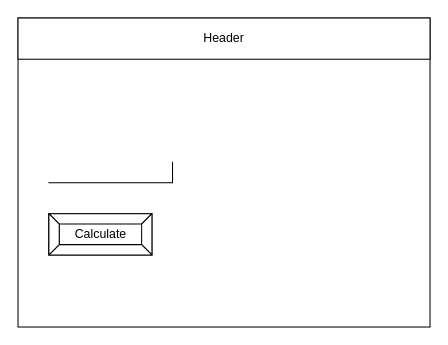
The draw.io diagram design/story-board.drawio in Chloe-Havel/ICS20-Unit-5-02, before the edit. Source tidied: cells renumbered, new cells numbered last; positions are measured from the earlier drawing's top-left corner, leaving out a move shared by most shapes. Both pictures are drawn from the tidied source at 103%, with x=0, y=0 at pixel (18, 18).
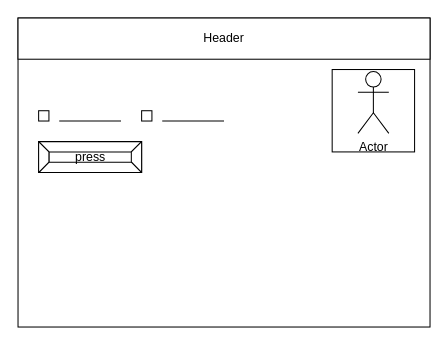
After the change.

What changed in the source:
```diff
@@
 <mxGraphModel>
   <root>
     <mxCell id="0" />
     <mxCell id="1" parent="0" />
     <mxCell id="2" style="rounded=0;whiteSpace=wrap;html=1;" parent="1" vertex="1">
       <mxGeometry width="400" height="300" as="geometry" />
     </mxCell>
     <mxCell id="3" value="Header" style="rounded=0;whiteSpace=wrap;html=1;" parent="1" vertex="1">
       <mxGeometry width="400" height="40" as="geometry" />
     </mxCell>
-    <mxCell id="4" style="shape=partialRectangle;whiteSpace=wrap;html=1;top=0;left=0;fillColor=none;" parent="1" vertex="1">
-      <mxGeometry x="30" y="140" width="120" height="20" as="geometry" />
-    </mxCell>
-    <mxCell id="5" value="Calculate" style="labelPosition=center;verticalLabelPosition=middle;align=center;html=1;shape=mxgraph.basic.button;dx=10;" parent="1" vertex="1">
-      <mxGeometry x="30" y="190" width="100" height="40" as="geometry" />
+    <mxCell id="5" value="press" style="labelPosition=center;verticalLabelPosition=middle;align=center;html=1;shape=mxgraph.basic.button;dx=10;" parent="1" vertex="1">
+      <mxGeometry x="20" y="120" width="100" height="30" as="geometry" />
     </mxCell>
+    <mxCell id="6" style="whiteSpace=wrap;html=1;" parent="1" vertex="1">
+      <mxGeometry x="305" y="50" width="80" height="80" as="geometry" />
+    </mxCell>
+    <mxCell id="7" value="Actor" style="shape=umlActor;verticalLabelPosition=bottom;verticalAlign=top;html=1;" parent="1" vertex="1">
+      <mxGeometry x="330" y="52" width="30" height="60" as="geometry" />
+    </mxCell>
+    <mxCell id="8" style="endArrow=none;html=1;" parent="1" edge="1">
+      <mxGeometry relative="1" as="geometry">
+        <mxPoint x="40" y="100" as="sourcePoint" />
+        <mxPoint x="100" y="100" as="targetPoint" />
+      </mxGeometry>
+    </mxCell>
+    <mxCell id="9" style="endArrow=none;html=1;" parent="1" edge="1">
+      <mxGeometry relative="1" as="geometry">
+        <mxPoint x="140" y="100" as="sourcePoint" />
+        <mxPoint x="200" y="100" as="targetPoint" />
+      </mxGeometry>
+    </mxCell>
+    <mxCell id="10" style="whiteSpace=wrap;html=1;" parent="1" vertex="1">
+      <mxGeometry x="120" y="90" width="10" height="10" as="geometry" />
+    </mxCell>
+    <mxCell id="11" style="whiteSpace=wrap;html=1;" parent="1" vertex="1">
+      <mxGeometry x="20" y="90" width="10" height="10" as="geometry" />
+    </mxCell>
   </root>
 </mxGraphModel>
```
